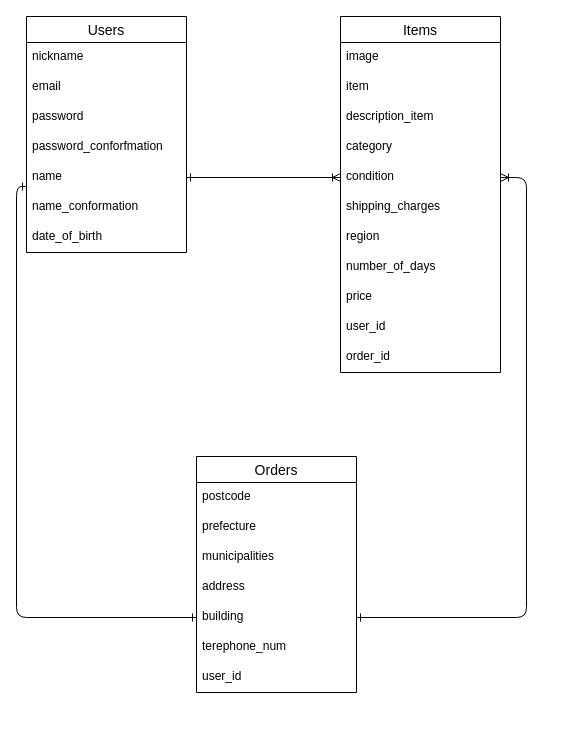
This is test.dio from daikimatsuoka/furima-39264, a draw.io file, before an edit. Source tidied: cells renumbered, new cells numbered last; positions are measured from the earlier drawing's top-left corner, leaving out a move shared by most shapes. Both pictures are drawn from the tidied source at 100%, with x=0, y=0 at pixel (26, 16).
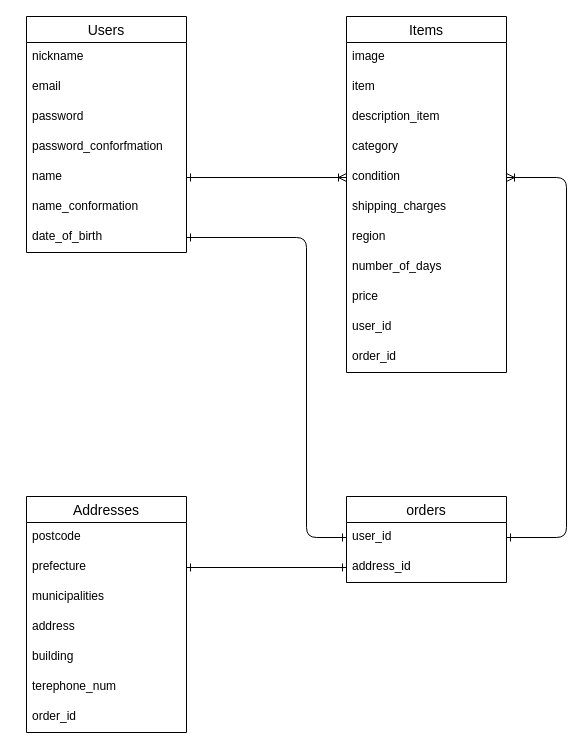
Above is the later version.

Commit message (it also covers changes not shown here):
データベース設計　修正

Addressesテーブルを追加

The change refers to these unchanged cells:
```xml
<mxCell id="7" value="name" style="text;strokeColor=none;fillColor=none;spacingLeft=4;spacingRight=4;overflow=hidden;points=[[0,0.5],[1,0.5]];portConstraint=eastwest;fontSize=12;" parent="2" vertex="1">
  <mxGeometry y="146" width="160" height="30" as="geometry" />
</mxCell>
<mxCell id="9" value="date_of_birth" style="text;strokeColor=none;fillColor=none;spacingLeft=4;spacingRight=4;overflow=hidden;points=[[0,0.5],[1,0.5]];portConstraint=eastwest;fontSize=12;" parent="2" vertex="1">
  <mxGeometry y="206" width="160" height="30" as="geometry" />
</mxCell>
<mxCell id="15" value="condition" style="text;strokeColor=none;fillColor=none;spacingLeft=4;spacingRight=4;overflow=hidden;points=[[0,0.5],[1,0.5]];portConstraint=eastwest;fontSize=12;" parent="10" vertex="1">
  <mxGeometry y="146" width="160" height="30" as="geometry" />
</mxCell>
<mxCell id="24" value="prefecture" style="text;strokeColor=none;fillColor=none;spacingLeft=4;spacingRight=4;overflow=hidden;points=[[0,0.5],[1,0.5]];portConstraint=eastwest;fontSize=12;" parent="22" vertex="1">
  <mxGeometry y="56" width="160" height="30" as="geometry" />
</mxCell>
<mxCell id="27" value="building" style="text;strokeColor=none;fillColor=none;spacingLeft=4;spacingRight=4;overflow=hidden;points=[[0,0.5],[1,0.5]];portConstraint=eastwest;fontSize=12;" parent="22" vertex="1">
  <mxGeometry y="146" width="160" height="30" as="geometry" />
</mxCell>
```

The edit, as a diff of the source:
```diff
@@
     <mxCell id="10" value="Items" style="swimlane;fontStyle=0;horizontal=1;startSize=26;align=center;fontSize=14;" parent="1" vertex="1">
-      <mxGeometry x="314" width="160" height="356" as="geometry" />
+      <mxGeometry x="320" width="160" height="356" as="geometry" />
     </mxCell>
@@
-    <mxCell id="22" value="Orders" style="swimlane;fontStyle=0;horizontal=1;startSize=26;align=center;fontSize=14;" parent="1" vertex="1">
-      <mxGeometry x="170" y="440" width="160" height="236" as="geometry" />
+    <mxCell id="22" value="Addresses" style="swimlane;fontStyle=0;horizontal=1;startSize=26;align=center;fontSize=14;" parent="1" vertex="1">
+      <mxGeometry y="480" width="160" height="236" as="geometry" />
     </mxCell>
@@
+    <mxCell id="33" value="order_id" style="text;strokeColor=none;fillColor=none;spacingLeft=4;spacingRight=4;overflow=hidden;fontSize=12;" parent="22" vertex="1">
+      <mxGeometry y="206" width="160" height="30" as="geometry" />
+    </mxCell>
+    <mxCell id="30" style="edgeStyle=none;html=1;exitX=0;exitY=0.5;exitDx=0;exitDy=0;startArrow=ERoneToMany;startFill=0;endArrow=ERone;endFill=0;" parent="1" edge="1" source="15" target="7">
+      <mxGeometry relative="1" as="geometry" />
+    </mxCell>
+    <mxCell id="34" value="orders" style="swimlane;fontStyle=0;horizontal=1;startSize=26;align=center;fontSize=14;" parent="1" vertex="1">
+      <mxGeometry x="320" y="480" width="160" height="86" as="geometry" />
+    </mxCell>
-    <mxCell id="29" value="user_id" style="text;strokeColor=none;fillColor=none;spacingLeft=4;spacingRight=4;overflow=hidden;points=[[0,0.5],[1,0.5]];portConstraint=eastwest;fontSize=12;" parent="22" vertex="1">
-      <mxGeometry y="206" width="160" height="30" as="geometry" />
+    <mxCell id="29" value="user_id" style="text;strokeColor=none;fillColor=none;spacingLeft=4;spacingRight=4;overflow=hidden;points=[[0,0.5],[1,0.5]];portConstraint=eastwest;fontSize=12;" parent="34" vertex="1">
+      <mxGeometry y="26" width="160" height="30" as="geometry" />
     </mxCell>
-    <mxCell id="30" style="edgeStyle=none;html=1;exitX=0;exitY=0.5;exitDx=0;exitDy=0;startArrow=ERoneToMany;startFill=0;endArrow=ERone;endFill=0;" parent="1" edge="1" source="15" target="7">
-      <mxGeometry relative="1" as="geometry" />
-    </mxCell>
-    <mxCell id="31" style="edgeStyle=orthogonalEdgeStyle;html=1;exitX=0;exitY=0.5;exitDx=0;exitDy=0;startArrow=ERone;startFill=0;endArrow=ERone;endFill=0;entryX=0;entryY=0.8;entryDx=0;entryDy=0;entryPerimeter=0;" parent="1" edge="1" source="27" target="7">
-      <mxGeometry relative="1" as="geometry" />
-    </mxCell>
-    <mxCell id="32" style="edgeStyle=orthogonalEdgeStyle;html=1;exitX=1;exitY=0.5;exitDx=0;exitDy=0;entryX=1;entryY=0.5;entryDx=0;entryDy=0;startArrow=ERoneToMany;startFill=0;endArrow=ERone;endFill=0;" parent="1" edge="1" source="15" target="27">
-      <mxGeometry relative="1" as="geometry">
-        <Array as="points">
-          <mxPoint x="500" y="161" />
-          <mxPoint x="500" y="601" />
-        </Array>
-      </mxGeometry>
-    </mxCell>
+    <mxCell id="35" value="address_id" style="text;strokeColor=none;fillColor=none;spacingLeft=4;spacingRight=4;overflow=hidden;points=[[0,0.5],[1,0.5]];portConstraint=eastwest;fontSize=12;" parent="34" vertex="1">
+      <mxGeometry y="56" width="160" height="30" as="geometry" />
+    </mxCell>
+    <mxCell id="36" style="edgeStyle=orthogonalEdgeStyle;html=1;exitX=0;exitY=0.5;exitDx=0;exitDy=0;entryX=1;entryY=0.5;entryDx=0;entryDy=0;startArrow=ERone;startFill=0;endArrow=ERone;endFill=0;" parent="1" edge="1" source="29" target="9">
+      <mxGeometry relative="1" as="geometry">
+        <Array as="points">
+          <mxPoint x="280" y="521" />
+          <mxPoint x="280" y="221" />
+        </Array>
+      </mxGeometry>
+    </mxCell>
+    <mxCell id="37" style="edgeStyle=orthogonalEdgeStyle;html=1;exitX=1;exitY=0.5;exitDx=0;exitDy=0;entryX=1;entryY=0.5;entryDx=0;entryDy=0;startArrow=ERone;startFill=0;endArrow=ERoneToMany;endFill=0;" parent="1" edge="1" source="29" target="15">
+      <mxGeometry relative="1" as="geometry">
+        <Array as="points">
+          <mxPoint x="540" y="521" />
+          <mxPoint x="540" y="161" />
+        </Array>
+      </mxGeometry>
+    </mxCell>
+    <mxCell id="38" style="edgeStyle=orthogonalEdgeStyle;html=1;exitX=0;exitY=0.5;exitDx=0;exitDy=0;entryX=1;entryY=0.5;entryDx=0;entryDy=0;startArrow=ERone;startFill=0;endArrow=ERone;endFill=0;" parent="1" edge="1" source="35" target="24">
+      <mxGeometry relative="1" as="geometry" />
+    </mxCell>
```
